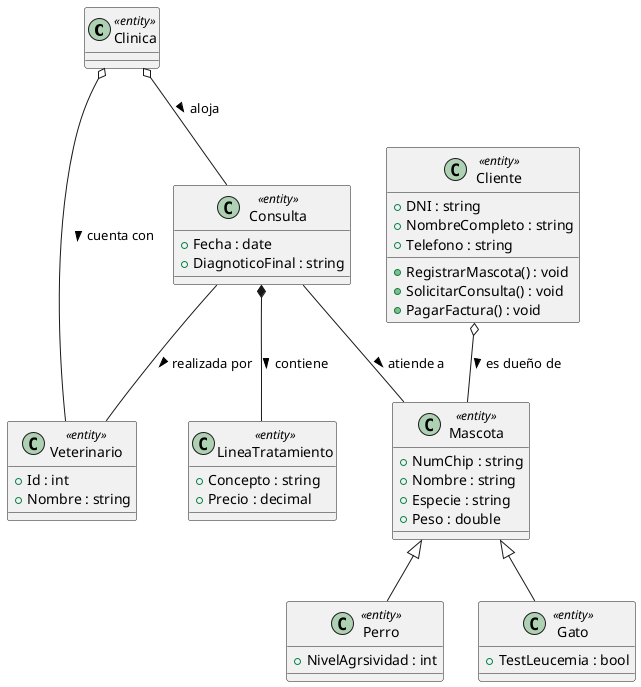
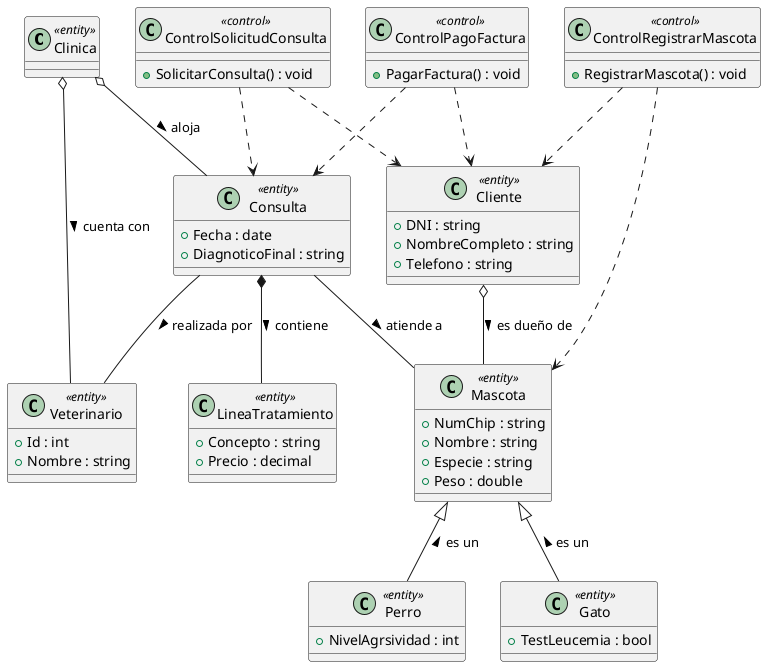
﻿@startuml

class Clinica <<entity>>{

}
- Clinica o-- Veterinario : cuenta con >
- Clinica o-- Consulta : aloja >

class Veterinario <<entity>>{
    + Id : int
    + Nombre : string
}

class Consulta <<entity>>{
    + Fecha : date
    + DiagnoticoFinal : string
}
- Consulta -- Mascota : atiende a >
- Consulta -- Veterinario : realizada por >
- Consulta *-- LineaTratamiento : contiene >

class LineaTratamiento <<entity>>{
    + Concepto : string
    + Precio : decimal
}

class Cliente <<entity>>{
    + DNI : string
    + NombreCompleto : string
    + Telefono : string
-     + RegistrarMascota() : void
-     + SolicitarConsulta() : void
-     + PagarFactura() : void
}
- Cliente o-- Mascota : es dueño de >
- 

class Mascota <<entity>>{
    + NumChip : string
    + Nombre : string
    + Especie : string
    + Peso : double
}
- Mascota <|-- Perro
- Mascota <|-- Gato
- 

class Perro <<entity>>{
    + NivelAgrsividad : int
}

class Gato <<entity>>{
    + TestLeucemia : bool
}

+ class ControlRegistrarMascota <<control>>{
+     + RegistrarMascota() : void
+ }
+ 
+ class ControlSolicitudConsulta <<control>>{
+     + SolicitarConsulta() : void
+ }
+ 
+ class ControlPagoFactura <<control>>{
+     + PagarFactura() : void
+ }
+ 
+ 
+ ControlRegistrarMascota ..> Cliente
+ ControlRegistrarMascota ..> Mascota
+ 
+ ControlSolicitudConsulta ..> Consulta
+ ControlSolicitudConsulta ..> Cliente
+ 
+ ControlPagoFactura ..> Cliente
+ ControlPagoFactura ..> Consulta
+ 
+ Clinica o-- Veterinario : cuenta con >
+ Clinica o-- Consulta : aloja >
+ Cliente o-- Mascota : es dueño de >
+ Consulta -- Mascota : atiende a >
+ Consulta -- Veterinario : realizada por >
+ Consulta *-- LineaTratamiento : contiene >
+ Mascota <|-- Perro : es un <
+ Mascota <|-- Gato : es un <
+ 
@enduml